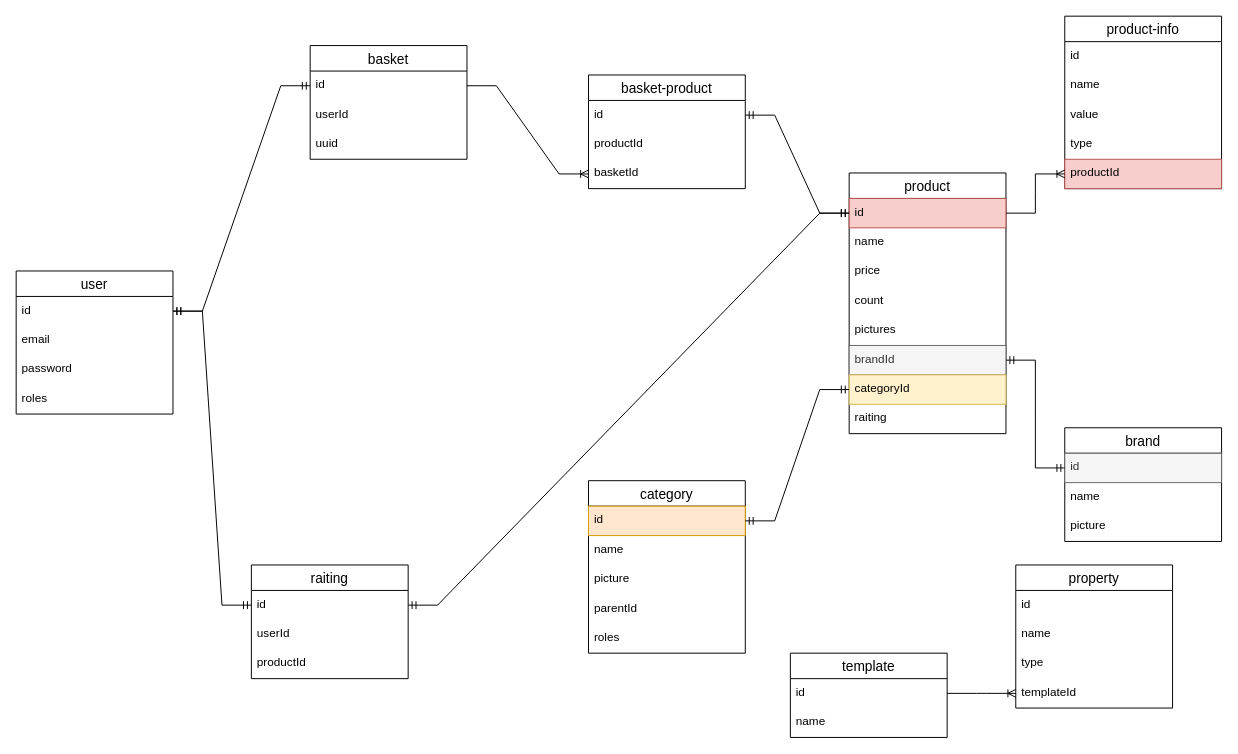
Earlier version of the draw.io diagram Untitled Diagram.drawio (kapakym/magazine). Source tidied: cells renumbered, new cells numbered last; positions are measured from the earlier drawing's top-left corner, leaving out a move shared by most shapes. Both pictures are drawn from the tidied source at 98%, with x=0, y=0 at pixel (16, 16).
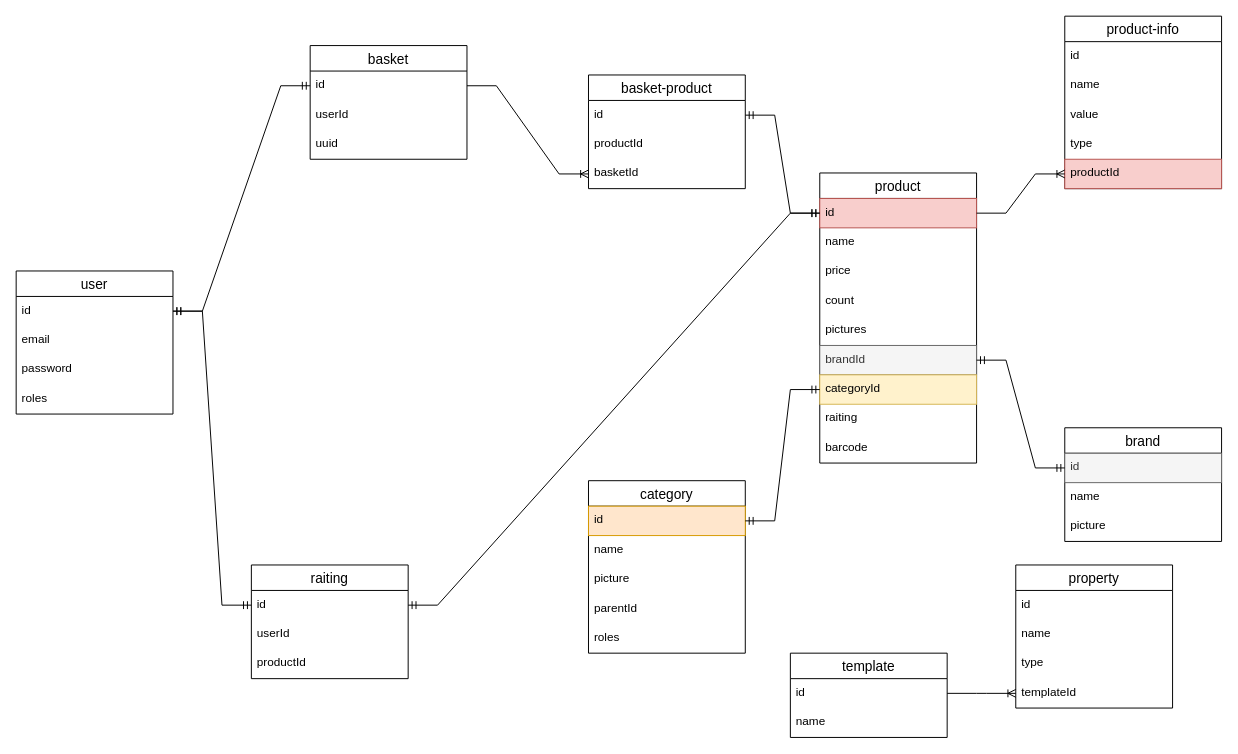
The same diagram, later.

The edit, as a diff of the source:
```diff
@@
     <mxCell id="11" value="product" style="swimlane;fontStyle=0;horizontal=1;startSize=26;align=center;fontSize=14;" parent="1" vertex="1">
-      <mxGeometry x="850" y="160" width="160" height="266" as="geometry" />
+      <mxGeometry x="820" y="160" width="160" height="296" as="geometry" />
     </mxCell>
@@
+    <mxCell id="61" value="barcode" style="text;spacingLeft=4;spacingRight=4;overflow=hidden;fontSize=12;" parent="11" vertex="1">
+      <mxGeometry y="266" width="160" height="30" as="geometry" />
+    </mxCell>
```
